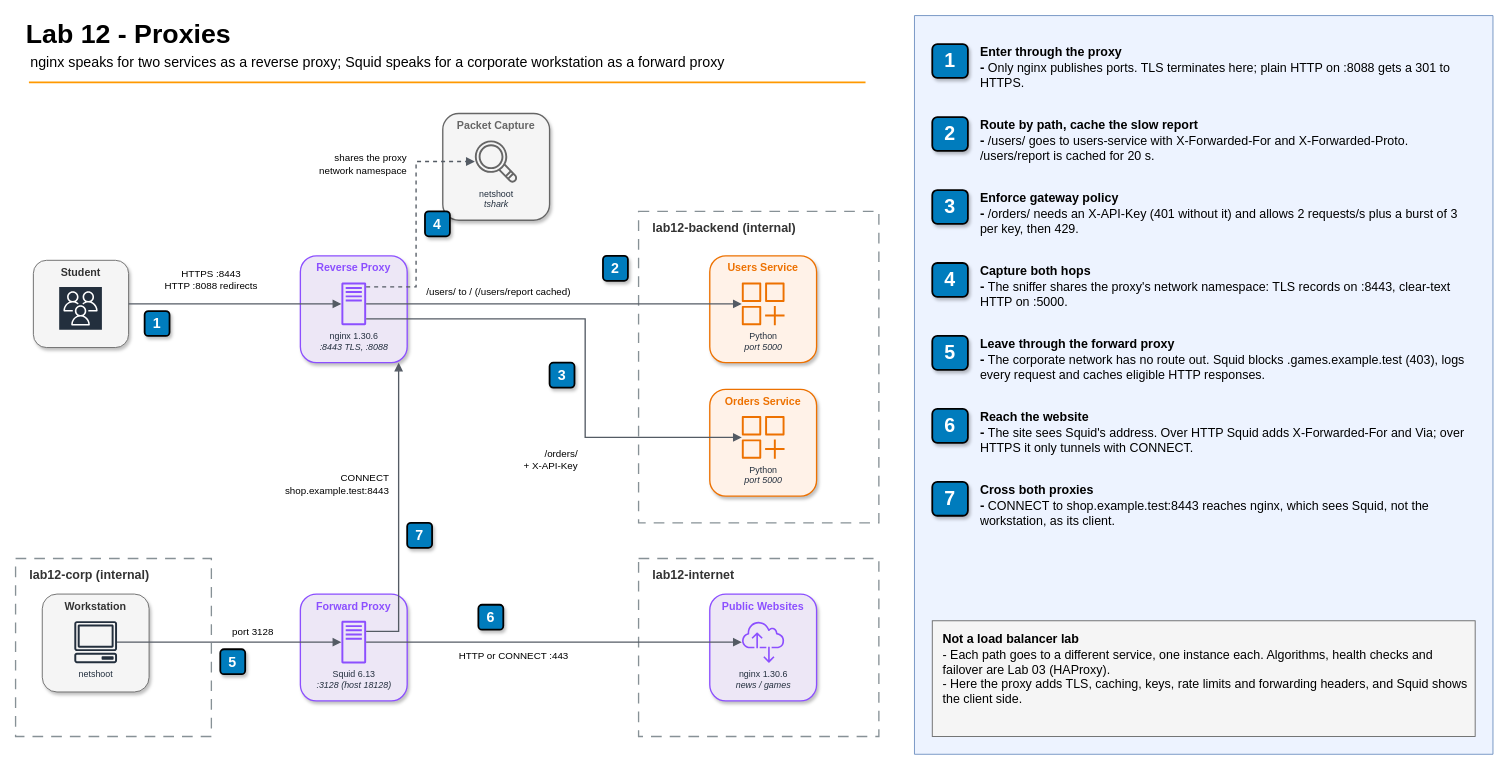
Above: 12-proxies/diagrams/lab12-architecture.drawio in A4ld0/system-design-course (draw.io), before the change. Source tidied: cells renumbered, new cells numbered last; positions are measured from the earlier drawing's top-left corner, leaving out a move shared by most shapes. Both pictures are drawn from the tidied source at 89%, with x=0, y=0 at pixel (15, 15). Pictures stored in the file or linked from it are replaced by grey dashed boxes.
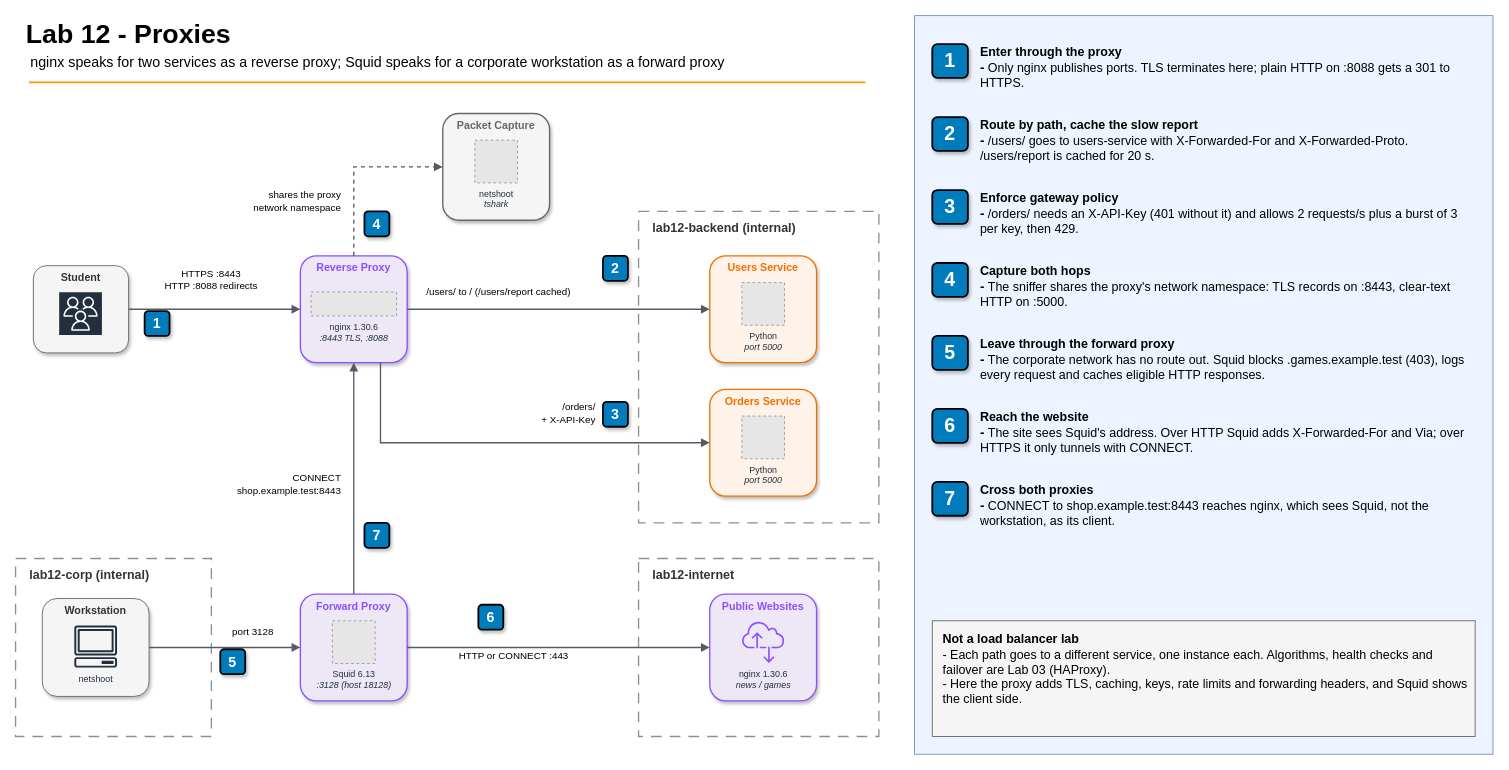
After the change.

The change refers to these unchanged cells:
```xml
<mxCell id="11" value="Reverse Proxy" style="rounded=1;html=1;whiteSpace=wrap;verticalAlign=top;fontStyle=1;fontSize=12;shadow=1;fillColor=#EDE7F6;strokeColor=#8C4FFF;fontColor=#8C4FFF;strokeWidth=1.5;fontFamily=Helvetica;" parent="1" vertex="1">
  <mxGeometry x="320" y="270" width="120" height="120" as="geometry" />
</mxCell>
<mxCell id="13" value="Packet Capture" style="rounded=1;html=1;whiteSpace=wrap;verticalAlign=top;fontStyle=1;fontSize=12;shadow=1;fillColor=#F5F5F5;strokeColor=#666666;fontColor=#666666;strokeWidth=1.5;fontFamily=Helvetica;" parent="1" vertex="1">
  <mxGeometry x="480" y="110" width="120" height="120" as="geometry" />
</mxCell>
<mxCell id="15" value="Users Service" style="rounded=1;html=1;whiteSpace=wrap;verticalAlign=top;fontStyle=1;fontSize=12;shadow=1;fillColor=#FFF2E8;strokeColor=#ED7100;fontColor=#ED7100;strokeWidth=1.5;fontFamily=Helvetica;" parent="1" vertex="1">
  <mxGeometry x="780" y="270" width="120" height="120" as="geometry" />
</mxCell>
<mxCell id="17" value="Orders Service" style="rounded=1;html=1;whiteSpace=wrap;verticalAlign=top;fontStyle=1;fontSize=12;shadow=1;fillColor=#FFF2E8;strokeColor=#ED7100;fontColor=#ED7100;strokeWidth=1.5;fontFamily=Helvetica;" parent="1" vertex="1">
  <mxGeometry x="780" y="420" width="120" height="120" as="geometry" />
</mxCell>
<mxCell id="20" value="netshoot" style="sketch=0;outlineConnect=0;fontColor=#232F3E;gradientColor=none;fillColor=#232F3D;strokeColor=none;dashed=0;verticalLabelPosition=bottom;verticalAlign=top;align=center;html=1;fontSize=10;fontStyle=0;shape=mxgraph.aws4.client;fontFamily=Helvetica;" parent="19" vertex="1">
  <mxGeometry x="36" y="30" width="48" height="48" as="geometry" />
</mxCell>
<mxCell id="21" value="Forward Proxy" style="rounded=1;html=1;whiteSpace=wrap;verticalAlign=top;fontStyle=1;fontSize=12;shadow=1;fillColor=#EDE7F6;strokeColor=#8C4FFF;fontColor=#8C4FFF;strokeWidth=1.5;fontFamily=Helvetica;" parent="1" vertex="1">
  <mxGeometry x="320" y="650" width="120" height="120" as="geometry" />
</mxCell>
<mxCell id="23" value="Public Websites" style="rounded=1;html=1;whiteSpace=wrap;verticalAlign=top;fontStyle=1;fontSize=12;shadow=1;fillColor=#EDE7F6;strokeColor=#8C4FFF;fontColor=#8C4FFF;strokeWidth=1.5;fontFamily=Helvetica;" parent="1" vertex="1">
  <mxGeometry x="780" y="650" width="120" height="120" as="geometry" />
</mxCell>
<mxCell id="24" value="nginx 1.30.6&lt;div&gt;&lt;i&gt;news / games&lt;/i&gt;&lt;/div&gt;" style="sketch=0;outlineConnect=0;fontColor=#232F3E;gradientColor=none;fillColor=#8C4FFF;strokeColor=none;dashed=0;verticalLabelPosition=bottom;verticalAlign=top;align=center;html=1;fontSize=10;fontStyle=0;shape=mxgraph.aws4.internet_alt2;fontFamily=Helvetica;" parent="23" vertex="1">
  <mxGeometry x="36" y="30" width="48" height="48" as="geometry" />
</mxCell>
```

The edit, as a diff of the source:
```diff
@@
     <mxCell id="9" value="Student" style="rounded=1;html=1;whiteSpace=wrap;verticalAlign=top;fontStyle=1;fontSize=12;shadow=1;fillColor=#f5f5f5;strokeColor=light-dark(#666666,#D4D4D4);fontColor=#333333;strokeWidth=1;fontFamily=Helvetica;" parent="1" vertex="1">
-      <mxGeometry x="20" y="275" width="107" height="98" as="geometry" />
+      <mxGeometry x="20" y="281" width="107" height="98" as="geometry" />
     </mxCell>
@@
-    <mxCell id="12" value="nginx 1.30.6&lt;div&gt;&lt;i&gt;:8443 TLS, :8088&lt;/i&gt;&lt;/div&gt;" style="sketch=0;outlineConnect=0;fontColor=#232F3E;gradientColor=none;fillColor=#8C4FFF;strokeColor=none;dashed=0;verticalLabelPosition=bottom;verticalAlign=top;align=center;html=1;fontSize=10;fontStyle=0;shape=mxgraph.aws4.traditional_server;fontFamily=Helvetica;" parent="11" vertex="1">
-      <mxGeometry x="36" y="30" width="48" height="48" as="geometry" />
+    <mxCell id="12" value="nginx 1.30.6&lt;div&gt;&lt;i&gt;:8443 TLS, :8088&lt;/i&gt;&lt;/div&gt;" style="fillColor=#E6E6E6;strokeColor=#999999;dashed=1;verticalLabelPosition=bottom;verticalAlign=top;align=center;html=1;labelBackgroundColor=none;fontSize=10;fontColor=#232F3E;fontFamily=Helvetica;" parent="11" vertex="1">
+      <mxGeometry x="12" y="40.5" width="96" height="27" as="geometry" />
     </mxCell>
@@
-    <mxCell id="14" value="netshoot&lt;div&gt;&lt;i&gt;tshark&lt;/i&gt;&lt;/div&gt;" style="sketch=0;outlineConnect=0;fontColor=#232F3E;gradientColor=none;fillColor=#666666;strokeColor=none;dashed=0;verticalLabelPosition=bottom;verticalAlign=top;align=center;html=1;fontSize=10;fontStyle=0;shape=mxgraph.aws4.magnifying_glass;fontFamily=Helvetica;" parent="13" vertex="1">
+    <mxCell id="14" value="netshoot&lt;div&gt;&lt;i&gt;tshark&lt;/i&gt;&lt;/div&gt;" style="fillColor=#E6E6E6;strokeColor=#999999;dashed=1;verticalLabelPosition=bottom;verticalAlign=top;align=center;html=1;labelBackgroundColor=none;fontSize=10;fontColor=#232F3E;fontFamily=Helvetica;" parent="13" vertex="1">
       <mxGeometry x="36" y="30" width="48" height="48" as="geometry" />
     </mxCell>
@@
-    <mxCell id="16" value="Python&lt;div&gt;&lt;i&gt;port 5000&lt;/i&gt;&lt;/div&gt;" style="sketch=0;outlineConnect=0;fontColor=#232F3E;gradientColor=none;fillColor=#ED7100;strokeColor=none;dashed=0;verticalLabelPosition=bottom;verticalAlign=top;align=center;html=1;fontSize=10;fontStyle=0;shape=mxgraph.aws4.generic_application;fontFamily=Helvetica;" parent="15" vertex="1">
+    <mxCell id="16" value="Python&lt;div&gt;&lt;i&gt;port 5000&lt;/i&gt;&lt;/div&gt;" style="fillColor=#E6E6E6;strokeColor=#999999;dashed=1;verticalLabelPosition=bottom;verticalAlign=top;align=center;html=1;labelBackgroundColor=none;fontSize=10;fontColor=#232F3E;fontFamily=Helvetica;" parent="15" vertex="1">
       <mxGeometry x="36" y="30" width="48" height="48" as="geometry" />
     </mxCell>
@@
-    <mxCell id="18" value="Python&lt;div&gt;&lt;i&gt;port 5000&lt;/i&gt;&lt;/div&gt;" style="sketch=0;outlineConnect=0;fontColor=#232F3E;gradientColor=none;fillColor=#ED7100;strokeColor=none;dashed=0;verticalLabelPosition=bottom;verticalAlign=top;align=center;html=1;fontSize=10;fontStyle=0;shape=mxgraph.aws4.generic_application;fontFamily=Helvetica;" parent="17" vertex="1">
+    <mxCell id="18" value="Python&lt;div&gt;&lt;i&gt;port 5000&lt;/i&gt;&lt;/div&gt;" style="fillColor=#E6E6E6;strokeColor=#999999;dashed=1;verticalLabelPosition=bottom;verticalAlign=top;align=center;html=1;labelBackgroundColor=none;fontSize=10;fontColor=#232F3E;fontFamily=Helvetica;" parent="17" vertex="1">
       <mxGeometry x="36" y="30" width="48" height="48" as="geometry" />
     </mxCell>
     <mxCell id="19" value="Workstation" style="rounded=1;html=1;whiteSpace=wrap;verticalAlign=top;fontStyle=1;fontSize=12;shadow=1;fillColor=#f5f5f5;strokeColor=light-dark(#666666,#D4D4D4);fontColor=#333333;strokeWidth=1;fontFamily=Helvetica;" parent="1" vertex="1">
-      <mxGeometry x="30" y="650" width="120" height="110" as="geometry" />
+      <mxGeometry x="30" y="655" width="120" height="110" as="geometry" />
     </mxCell>
@@
-    <mxCell id="22" value="Squid 6.13&lt;div&gt;&lt;i&gt;:3128 (host 18128)&lt;/i&gt;&lt;/div&gt;" style="sketch=0;outlineConnect=0;fontColor=#232F3E;gradientColor=none;fillColor=#8C4FFF;strokeColor=none;dashed=0;verticalLabelPosition=bottom;verticalAlign=top;align=center;html=1;fontSize=10;fontStyle=0;shape=mxgraph.aws4.traditional_server;fontFamily=Helvetica;" parent="21" vertex="1">
+    <mxCell id="22" value="Squid 6.13&lt;div&gt;&lt;i&gt;:3128 (host 18128)&lt;/i&gt;&lt;/div&gt;" style="fillColor=#E6E6E6;strokeColor=#999999;dashed=1;verticalLabelPosition=bottom;verticalAlign=top;align=center;html=1;labelBackgroundColor=none;fontSize=10;fontColor=#232F3E;fontFamily=Helvetica;" parent="21" vertex="1">
       <mxGeometry x="36" y="30" width="48" height="48" as="geometry" />
     </mxCell>
@@
-    <mxCell id="25" style="edgeStyle=orthogonalEdgeStyle;rounded=0;jettySize=auto;html=1;endArrow=block;endFill=1;strokeWidth=1.5;strokeColor=light-dark(#545B64,#D4D4D4);fontFamily=Helvetica;exitX=1;exitY=0.5;exitDx=0;exitDy=0;entryX=0;entryY=0.5;entryDx=0;entryDy=0;" parent="1" edge="1" source="9" target="12">
+    <mxCell id="25" style="edgeStyle=orthogonalEdgeStyle;rounded=0;jettySize=auto;html=1;endArrow=block;endFill=1;strokeWidth=1.5;strokeColor=light-dark(#545B64,#D4D4D4);fontFamily=Helvetica;exitX=1;exitY=0.5;exitDx=0;exitDy=0;entryX=0;entryY=0.5;entryDx=0;entryDy=0;" parent="1" edge="1" source="9" target="11">
       <mxGeometry relative="1" as="geometry" />
     </mxCell>
-    <mxCell id="26" style="edgeStyle=orthogonalEdgeStyle;rounded=0;jettySize=auto;html=1;endArrow=block;endFill=1;strokeWidth=1.5;strokeColor=light-dark(#545B64,#D4D4D4);fontFamily=Helvetica;exitX=1;exitY=0.5;exitDx=0;exitDy=0;entryX=0;entryY=0.5;entryDx=0;entryDy=0;" parent="1" edge="1" source="12" target="16">
+    <mxCell id="26" style="edgeStyle=orthogonalEdgeStyle;rounded=0;jettySize=auto;html=1;endArrow=block;endFill=1;strokeWidth=1.5;strokeColor=light-dark(#545B64,#D4D4D4);fontFamily=Helvetica;exitX=1;exitY=0.5;exitDx=0;exitDy=0;entryX=0;entryY=0.5;entryDx=0;entryDy=0;" parent="1" edge="1" source="11" target="15">
       <mxGeometry relative="1" as="geometry" />
     </mxCell>
-    <mxCell id="27" style="edgeStyle=orthogonalEdgeStyle;rounded=0;jettySize=auto;html=1;endArrow=block;endFill=1;strokeWidth=1.5;strokeColor=light-dark(#545B64,#D4D4D4);fontFamily=Helvetica;exitX=1;exitY=0.85;exitDx=0;exitDy=0;entryX=0;entryY=0.5;entryDx=0;entryDy=0;" parent="1" edge="1" source="12" target="18">
-      <mxGeometry relative="1" as="geometry">
-        <Array as="points">
-          <mxPoint x="640" y="341" />
-          <mxPoint x="640" y="474" />
-        </Array>
-      </mxGeometry>
+    <mxCell id="27" style="edgeStyle=orthogonalEdgeStyle;rounded=0;jettySize=auto;html=1;endArrow=block;endFill=1;strokeWidth=1.5;strokeColor=light-dark(#545B64,#D4D4D4);fontFamily=Helvetica;exitX=0.75;exitY=1;exitDx=0;exitDy=0;entryX=0;entryY=0.5;entryDx=0;entryDy=0;jumpStyle=arc;jumpSize=10;" parent="1" edge="1" source="11" target="17">
+      <mxGeometry relative="1" as="geometry" />
     </mxCell>
-    <mxCell id="28" style="edgeStyle=orthogonalEdgeStyle;rounded=0;jettySize=auto;html=1;endArrow=block;endFill=1;strokeWidth=1.5;strokeColor=light-dark(#545B64,#D4D4D4);fontFamily=Helvetica;exitX=1;exitY=0.1;exitDx=0;exitDy=0;entryX=0;entryY=0.5;entryDx=0;entryDy=0;dashed=1;" parent="1" edge="1" source="12" target="14">
-      <mxGeometry relative="1" as="geometry">
-        <Array as="points">
-          <mxPoint x="450" y="305" />
-          <mxPoint x="450" y="164" />
-        </Array>
-      </mxGeometry>
+    <mxCell id="28" style="edgeStyle=orthogonalEdgeStyle;rounded=0;jettySize=auto;html=1;endArrow=block;endFill=1;strokeWidth=1.5;strokeColor=light-dark(#545B64,#D4D4D4);fontFamily=Helvetica;exitX=0.5;exitY=0;exitDx=0;exitDy=0;entryX=0;entryY=0.5;entryDx=0;entryDy=0;dashed=1;jumpStyle=arc;jumpSize=10;" parent="1" edge="1" source="11" target="13">
+      <mxGeometry relative="1" as="geometry" />
     </mxCell>
-    <mxCell id="29" style="edgeStyle=orthogonalEdgeStyle;rounded=0;jettySize=auto;html=1;endArrow=block;endFill=1;strokeWidth=1.5;strokeColor=light-dark(#545B64,#D4D4D4);fontFamily=Helvetica;exitX=1;exitY=0.5;exitDx=0;exitDy=0;entryX=0;entryY=0.5;entryDx=0;entryDy=0;" parent="1" edge="1" source="20" target="22">
+    <mxCell id="29" style="edgeStyle=orthogonalEdgeStyle;rounded=0;jettySize=auto;html=1;endArrow=block;endFill=1;strokeWidth=1.5;strokeColor=light-dark(#545B64,#D4D4D4);fontFamily=Helvetica;exitX=1;exitY=0.5;exitDx=0;exitDy=0;entryX=0;entryY=0.5;entryDx=0;entryDy=0;" parent="1" edge="1" source="19" target="21">
       <mxGeometry relative="1" as="geometry" />
     </mxCell>
-    <mxCell id="30" style="edgeStyle=orthogonalEdgeStyle;rounded=0;jettySize=auto;html=1;endArrow=block;endFill=1;strokeWidth=1.5;strokeColor=light-dark(#545B64,#D4D4D4);fontFamily=Helvetica;exitX=1;exitY=0.5;exitDx=0;exitDy=0;entryX=0;entryY=0.5;entryDx=0;entryDy=0;" parent="1" edge="1" source="22" target="24">
+    <mxCell id="30" style="edgeStyle=orthogonalEdgeStyle;rounded=0;jettySize=auto;html=1;endArrow=block;endFill=1;strokeWidth=1.5;strokeColor=light-dark(#545B64,#D4D4D4);fontFamily=Helvetica;exitX=1;exitY=0.5;exitDx=0;exitDy=0;entryX=0;entryY=0.5;entryDx=0;entryDy=0;" parent="1" edge="1" source="21" target="23">
       <mxGeometry relative="1" as="geometry" />
     </mxCell>
-    <mxCell id="31" style="edgeStyle=orthogonalEdgeStyle;rounded=0;jettySize=auto;html=1;endArrow=block;endFill=1;strokeWidth=1.5;strokeColor=light-dark(#545B64,#D4D4D4);fontFamily=Helvetica;exitX=1;exitY=0.25;exitDx=0;exitDy=0;entryX=0.92;entryY=1;entryDx=0;entryDy=0;" parent="1" edge="1" source="22" target="11">
-      <mxGeometry relative="1" as="geometry">
-        <Array as="points">
-          <mxPoint x="430" y="692" />
-        </Array>
-      </mxGeometry>
+    <mxCell id="31" style="edgeStyle=orthogonalEdgeStyle;rounded=0;jettySize=auto;html=1;endArrow=block;endFill=1;strokeWidth=1.5;strokeColor=light-dark(#545B64,#D4D4D4);fontFamily=Helvetica;exitX=0.5;exitY=0;exitDx=0;exitDy=0;entryX=0.5;entryY=1;entryDx=0;entryDy=0;jumpStyle=arc;jumpSize=10;" parent="1" edge="1" source="21" target="11">
+      <mxGeometry relative="1" as="geometry" />
     </mxCell>
@@
     <mxCell id="34" value="/orders/&lt;br&gt;+ X-API-Key" style="text;html=1;whiteSpace=wrap;strokeColor=none;fillColor=none;align=center;verticalAlign=middle;fontSize=11;labelBackgroundColor=none;fontFamily=Helvetica;align=right;" parent="1" vertex="1">
-      <mxGeometry x="546" y="482" width="88" height="34" as="geometry" />
+      <mxGeometry x="554" y="430" width="100" height="34" as="geometry" />
     </mxCell>
     <mxCell id="35" value="shares the proxy&lt;br&gt;network namespace" style="text;html=1;whiteSpace=wrap;strokeColor=none;fillColor=none;align=center;verticalAlign=middle;fontSize=11;labelBackgroundColor=none;fontFamily=Helvetica;align=right;" parent="1" vertex="1">
-      <mxGeometry x="330" y="150" width="112" height="34" as="geometry" />
+      <mxGeometry x="256" y="192" width="112" height="34" as="geometry" />
     </mxCell>
@@
     <mxCell id="38" value="CONNECT&lt;br&gt;shop.example.test:8443" style="text;html=1;whiteSpace=wrap;strokeColor=none;fillColor=none;align=center;verticalAlign=middle;fontSize=11;labelBackgroundColor=none;fontFamily=Helvetica;align=right;" parent="1" vertex="1">
-      <mxGeometry x="250" y="510" width="172" height="34" as="geometry" />
+      <mxGeometry x="196" y="510" width="172" height="34" as="geometry" />
     </mxCell>
@@
     <mxCell id="41" value="3" style="rounded=1;whiteSpace=wrap;html=1;fillColor=#007CBD;strokeColor=default;fontColor=#FFFFFF;fontStyle=1;fontSize=16;shadow=1;glass=0;strokeWidth=2;align=center;verticalAlign=middle;labelBackgroundColor=none;fontFamily=Helvetica;" parent="1" vertex="1">
-      <mxGeometry x="600" y="390" width="28" height="28" as="geometry" />
+      <mxGeometry x="660" y="434" width="28" height="28" as="geometry" />
     </mxCell>
     <mxCell id="42" value="4" style="rounded=1;whiteSpace=wrap;html=1;fillColor=#007CBD;strokeColor=default;fontColor=#FFFFFF;fontStyle=1;fontSize=16;shadow=1;glass=0;strokeWidth=2;align=center;verticalAlign=middle;labelBackgroundColor=none;fontFamily=Helvetica;" parent="1" vertex="1">
-      <mxGeometry x="460" y="220" width="28" height="28" as="geometry" />
+      <mxGeometry x="392" y="220" width="28" height="28" as="geometry" />
     </mxCell>
@@
     <mxCell id="45" value="7" style="rounded=1;whiteSpace=wrap;html=1;fillColor=#007CBD;strokeColor=default;fontColor=#FFFFFF;fontStyle=1;fontSize=16;shadow=1;glass=0;strokeWidth=2;align=center;verticalAlign=middle;labelBackgroundColor=none;fontFamily=Helvetica;" parent="1" vertex="1">
-      <mxGeometry x="440" y="570" width="28" height="28" as="geometry" />
+      <mxGeometry x="392" y="570" width="28" height="28" as="geometry" />
     </mxCell>
```
